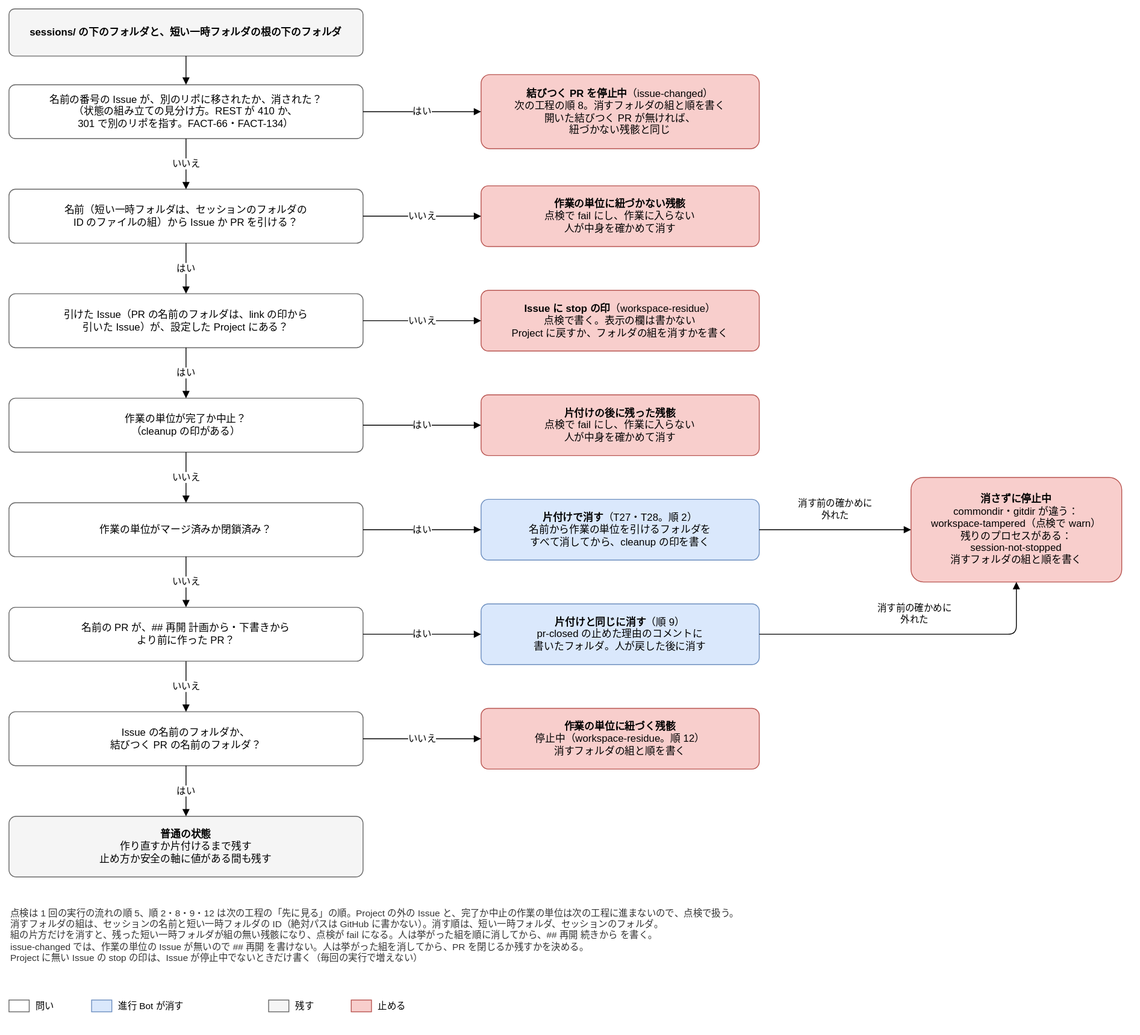
Joymerrevent/dev-autopilot keeps this draw.io diagram as docs/design/basic/diagrams/02-workspace-residue.drawio.svg. Above is the earlier version. Source tidied: cells renumbered, new cells last; positions are measured from the earlier drawing's top-left corner, leaving out a move shared by most shapes.
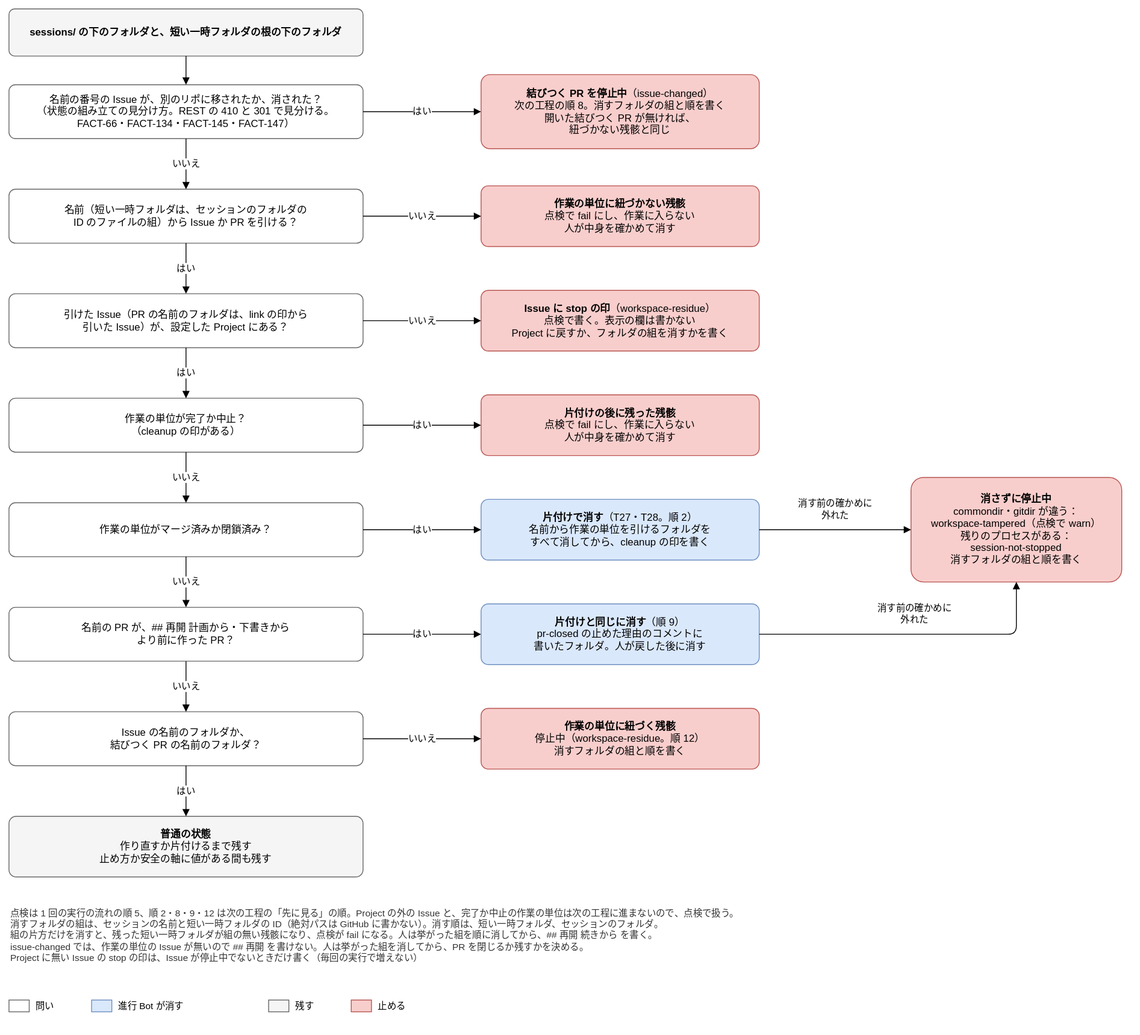
The same file after the commit.

Commit message:
docs(design): 次の工程と作業場所の残骸の図の見分け方の文言を、410 と 301 で見分ける形にする

基本設計の「状態の組み立て」の見分け方を直したので、写している 2 つの図の文言を合わせる。
詳しい条件は「状態の組み立て」に任せる。

- 02-next-step-stops：「REST の 410 と 301 で見分ける。ほかは読めない」
- 02-workspace-residue：「REST の 410 と 301 で見分ける」と FACT-145・FACT-147 を足す

Claude-Session: https://claude.ai/code/session_01LvmXQN14Y95msvojZ6hWNP

What changed in the source:
```diff
@@ -5,7 +5,7 @@
     <mxCell id="2" value="&lt;b&gt;sessions/ の下のフォルダと、短い一時フォルダの根の下のフォルダ&lt;/b&gt;" style="rounded=1;whiteSpace=wrap;html=1;fontSize=12;arcSize=12;fillColor=#f5f5f5;strokeColor=#666666;spacing=8;" parent="1" vertex="1">
       <mxGeometry width="420" height="56" as="geometry" />
     </mxCell>
-    <mxCell id="3" value="名前の番号の Issue が、別のリポに移されたか、消された？&lt;br&gt;（状態の組み立ての見分け方。REST が 410 か、&lt;br&gt;301 で別のリポを指す。FACT-66・FACT-134）" style="rounded=1;whiteSpace=wrap;html=1;fontSize=12;arcSize=12;fillColor=#ffffff;strokeColor=#666666;spacing=8;" parent="1" vertex="1">
+    <mxCell id="3" value="名前の番号の Issue が、別のリポに移されたか、消された？&lt;br&gt;（状態の組み立ての見分け方。REST の 410 と 301 で見分ける。&lt;br&gt;FACT-66・FACT-134・FACT-145・FACT-147）" style="rounded=1;whiteSpace=wrap;html=1;fontSize=12;arcSize=12;fillColor=#ffffff;strokeColor=#666666;spacing=8;" parent="1" vertex="1">
       <mxGeometry y="90" width="420" height="64" as="geometry" />
     </mxCell>
     <mxCell id="4" value="名前（短い一時フォルダは、セッションのフォルダの&lt;br&gt;ID のファイルの組）から Issue か PR を引ける？" style="rounded=1;whiteSpace=wrap;html=1;fontSize=12;arcSize=12;fillColor=#ffffff;strokeColor=#666666;spacing=8;" parent="1" vertex="1">
```
